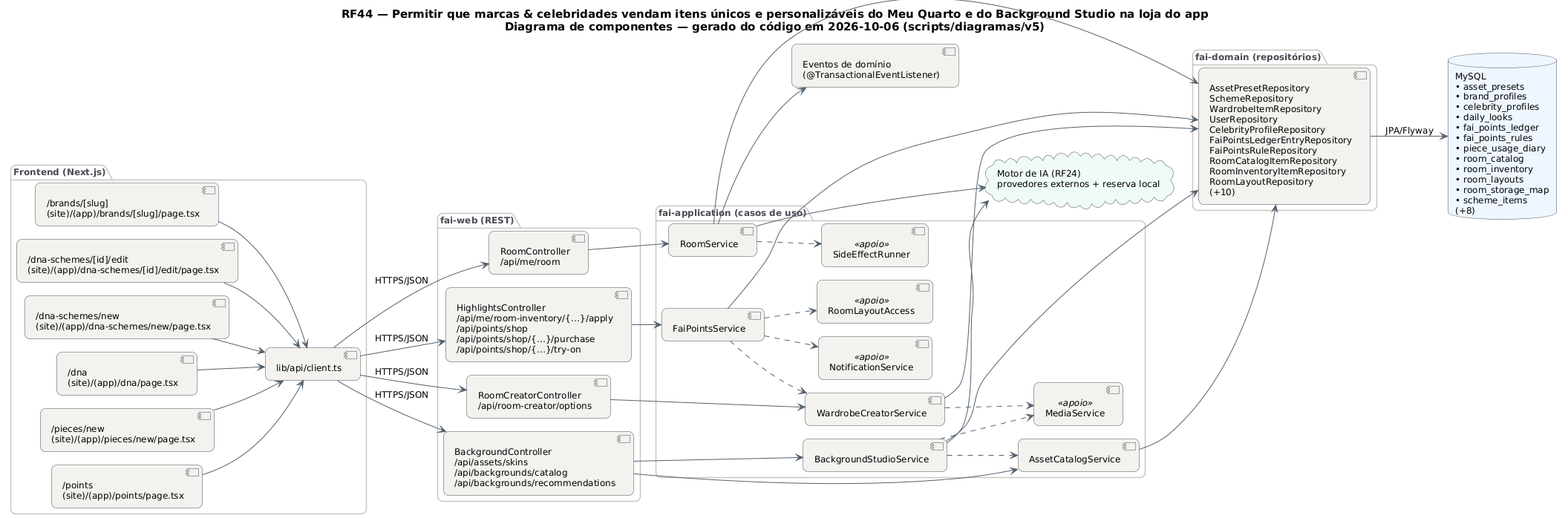
Earlier version of the PlantUML export docs/diagramas/RF44/RF44_Componentes.png (MatheusHaliski/tcc-2026-fashion-ai-backend).
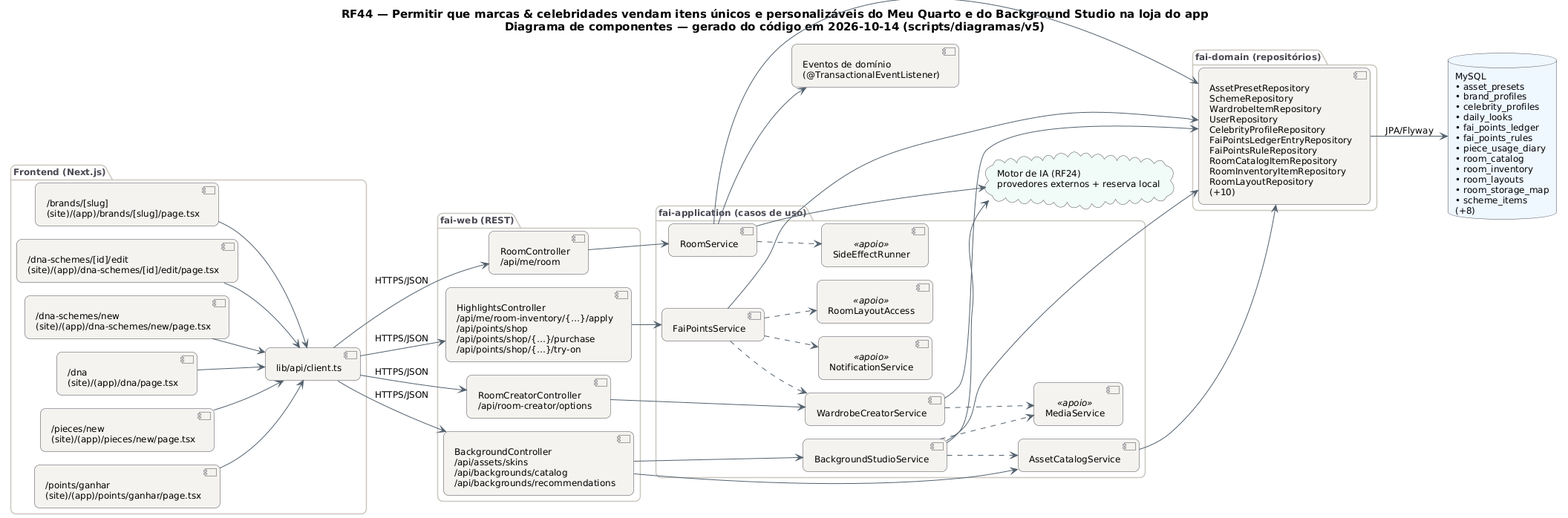
Above is the later version.

Diff of the diagram source:
```diff
@@ -29,7 +29,7 @@
   BorderColor #4A4852
 }
 left to right direction
-title RF44 — Permitir que marcas & celebridades vendam itens únicos e personalizáveis do Meu Quarto e do Background Studio na loja do app\nDiagrama de componentes — gerado do código em 2026-10-06 (scripts/diagramas/v5)
+title RF44 — Permitir que marcas & celebridades vendam itens únicos e personalizáveis do Meu Quarto e do Background Studio na loja do app\nDiagrama de componentes — gerado do código em 2026-10-14 (scripts/diagramas/v5)
 
 package "Frontend (Next.js)" {
   component "/brands/[slug]\n(site)/(app)/brands/[slug]/page.tsx" as FE0
@@ -37,7 +37,7 @@
   component "/dna-schemes/new\n(site)/(app)/dna-schemes/new/page.tsx" as FE2
   component "/dna\n(site)/(app)/dna/page.tsx" as FE3
   component "/pieces/new\n(site)/(app)/pieces/new/page.tsx" as FE4
-  component "/points\n(site)/(app)/points/page.tsx" as FE5
+  component "/points/ganhar\n(site)/(app)/points/ganhar/page.tsx" as FE5
   component "lib/api/client.ts" as APIC
 }
 package "fai-web (REST)" {
```
